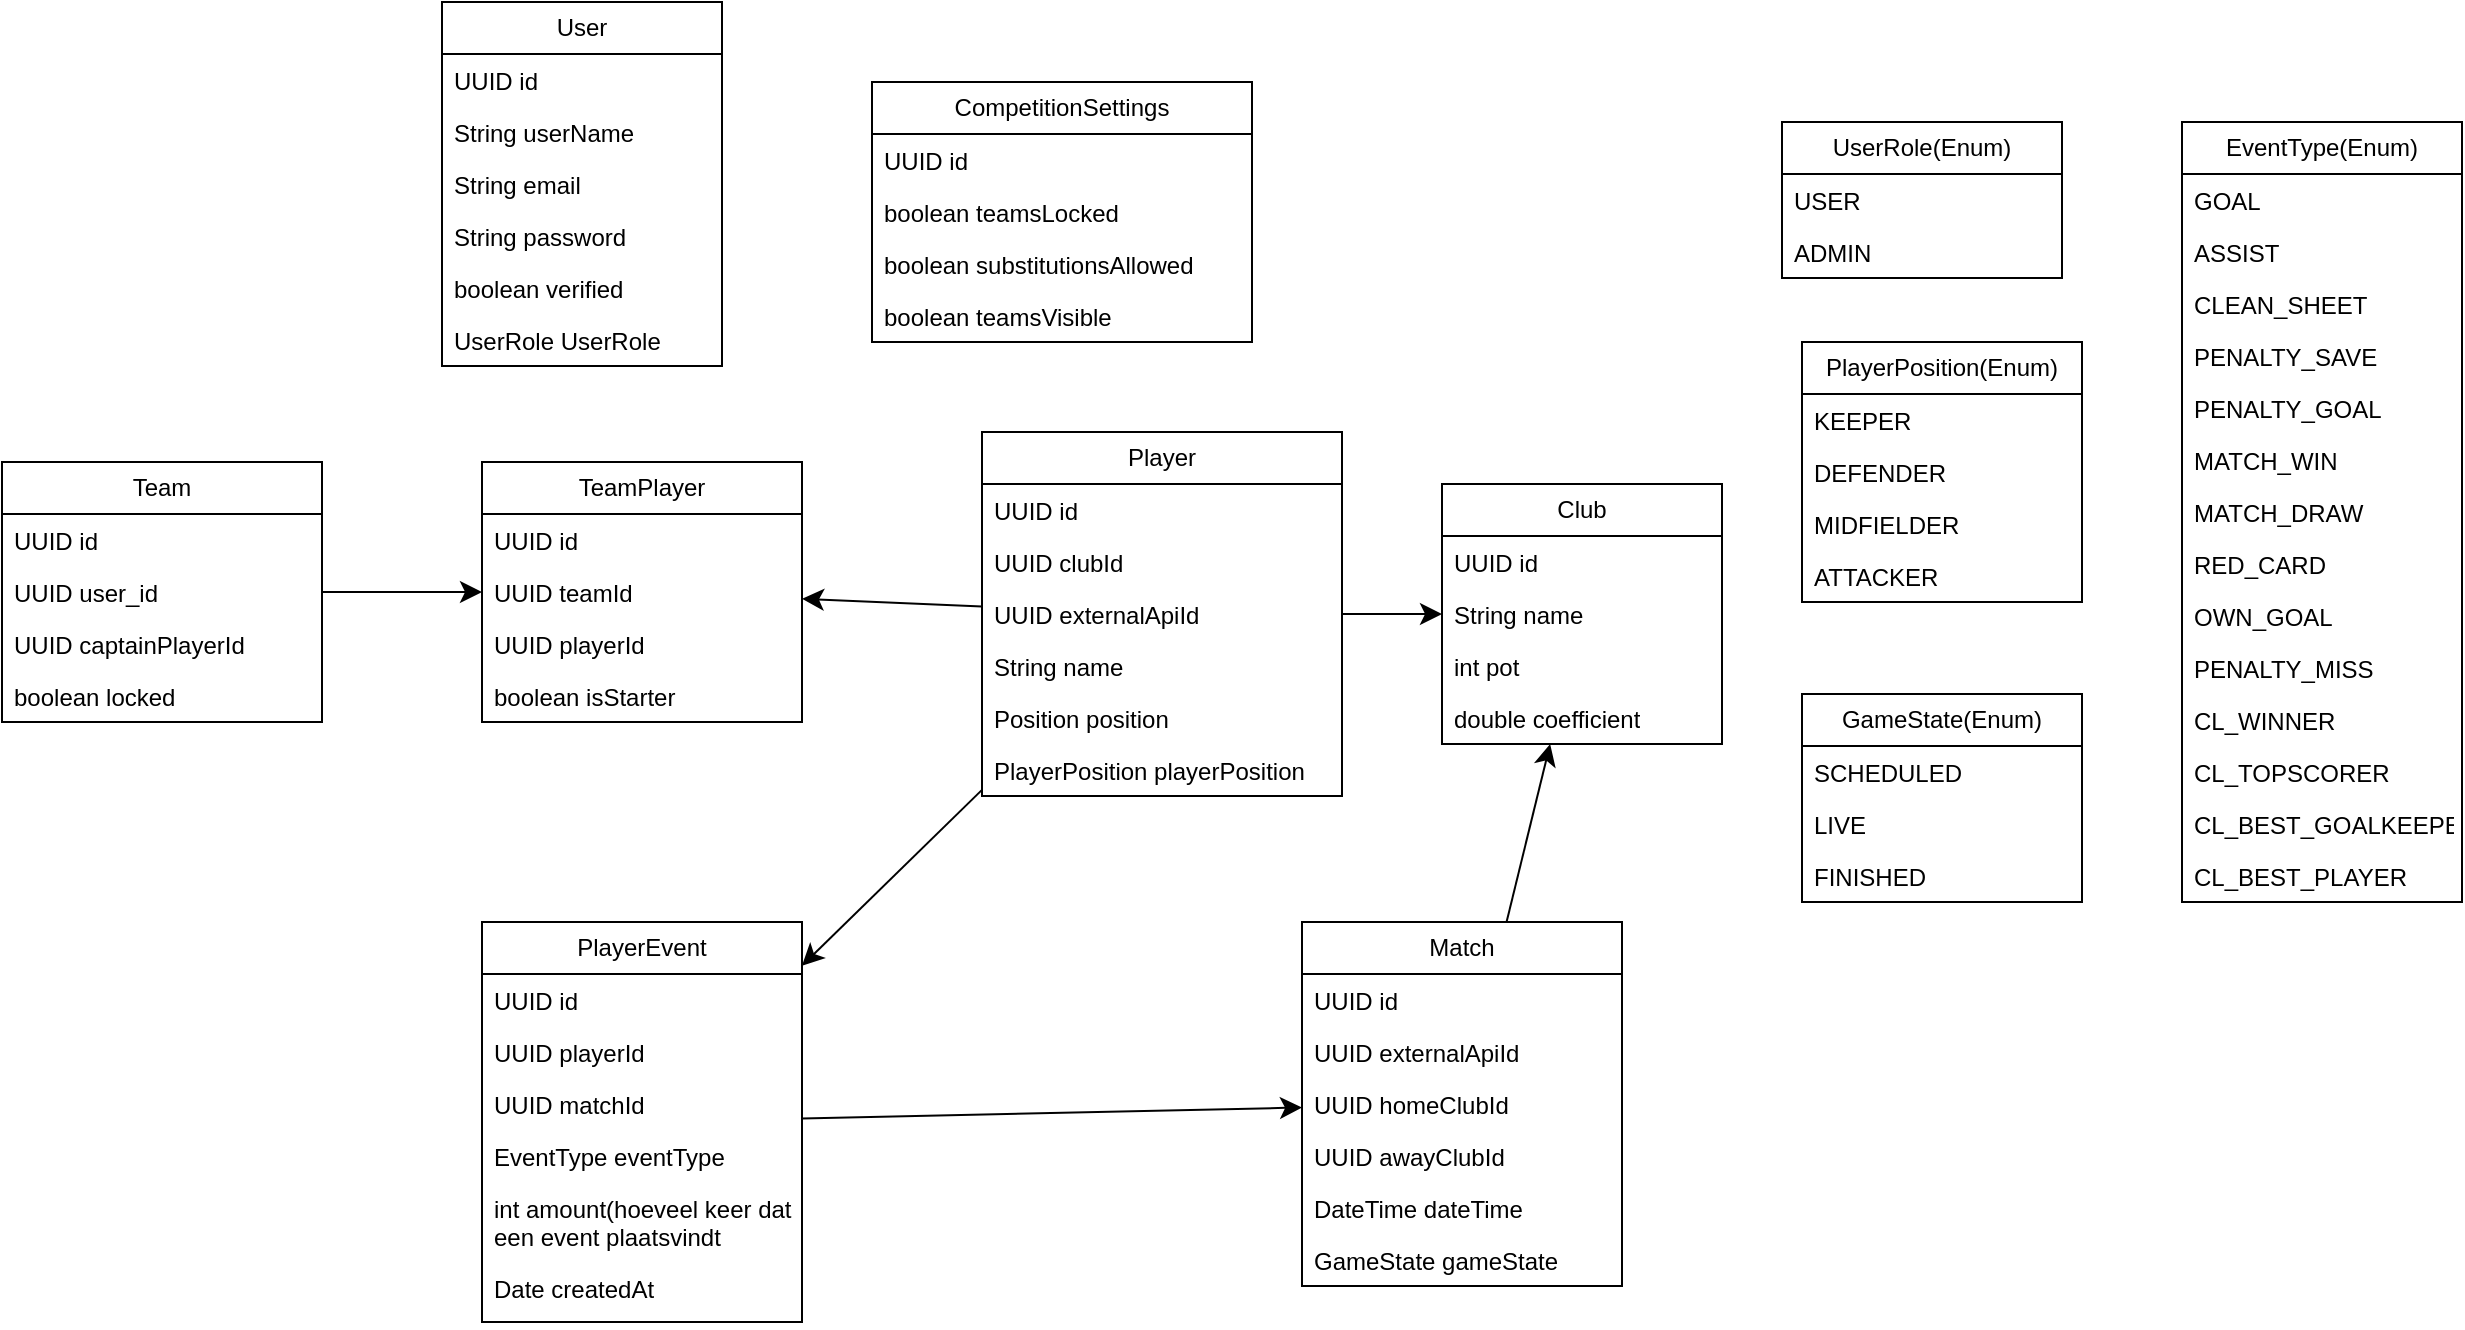
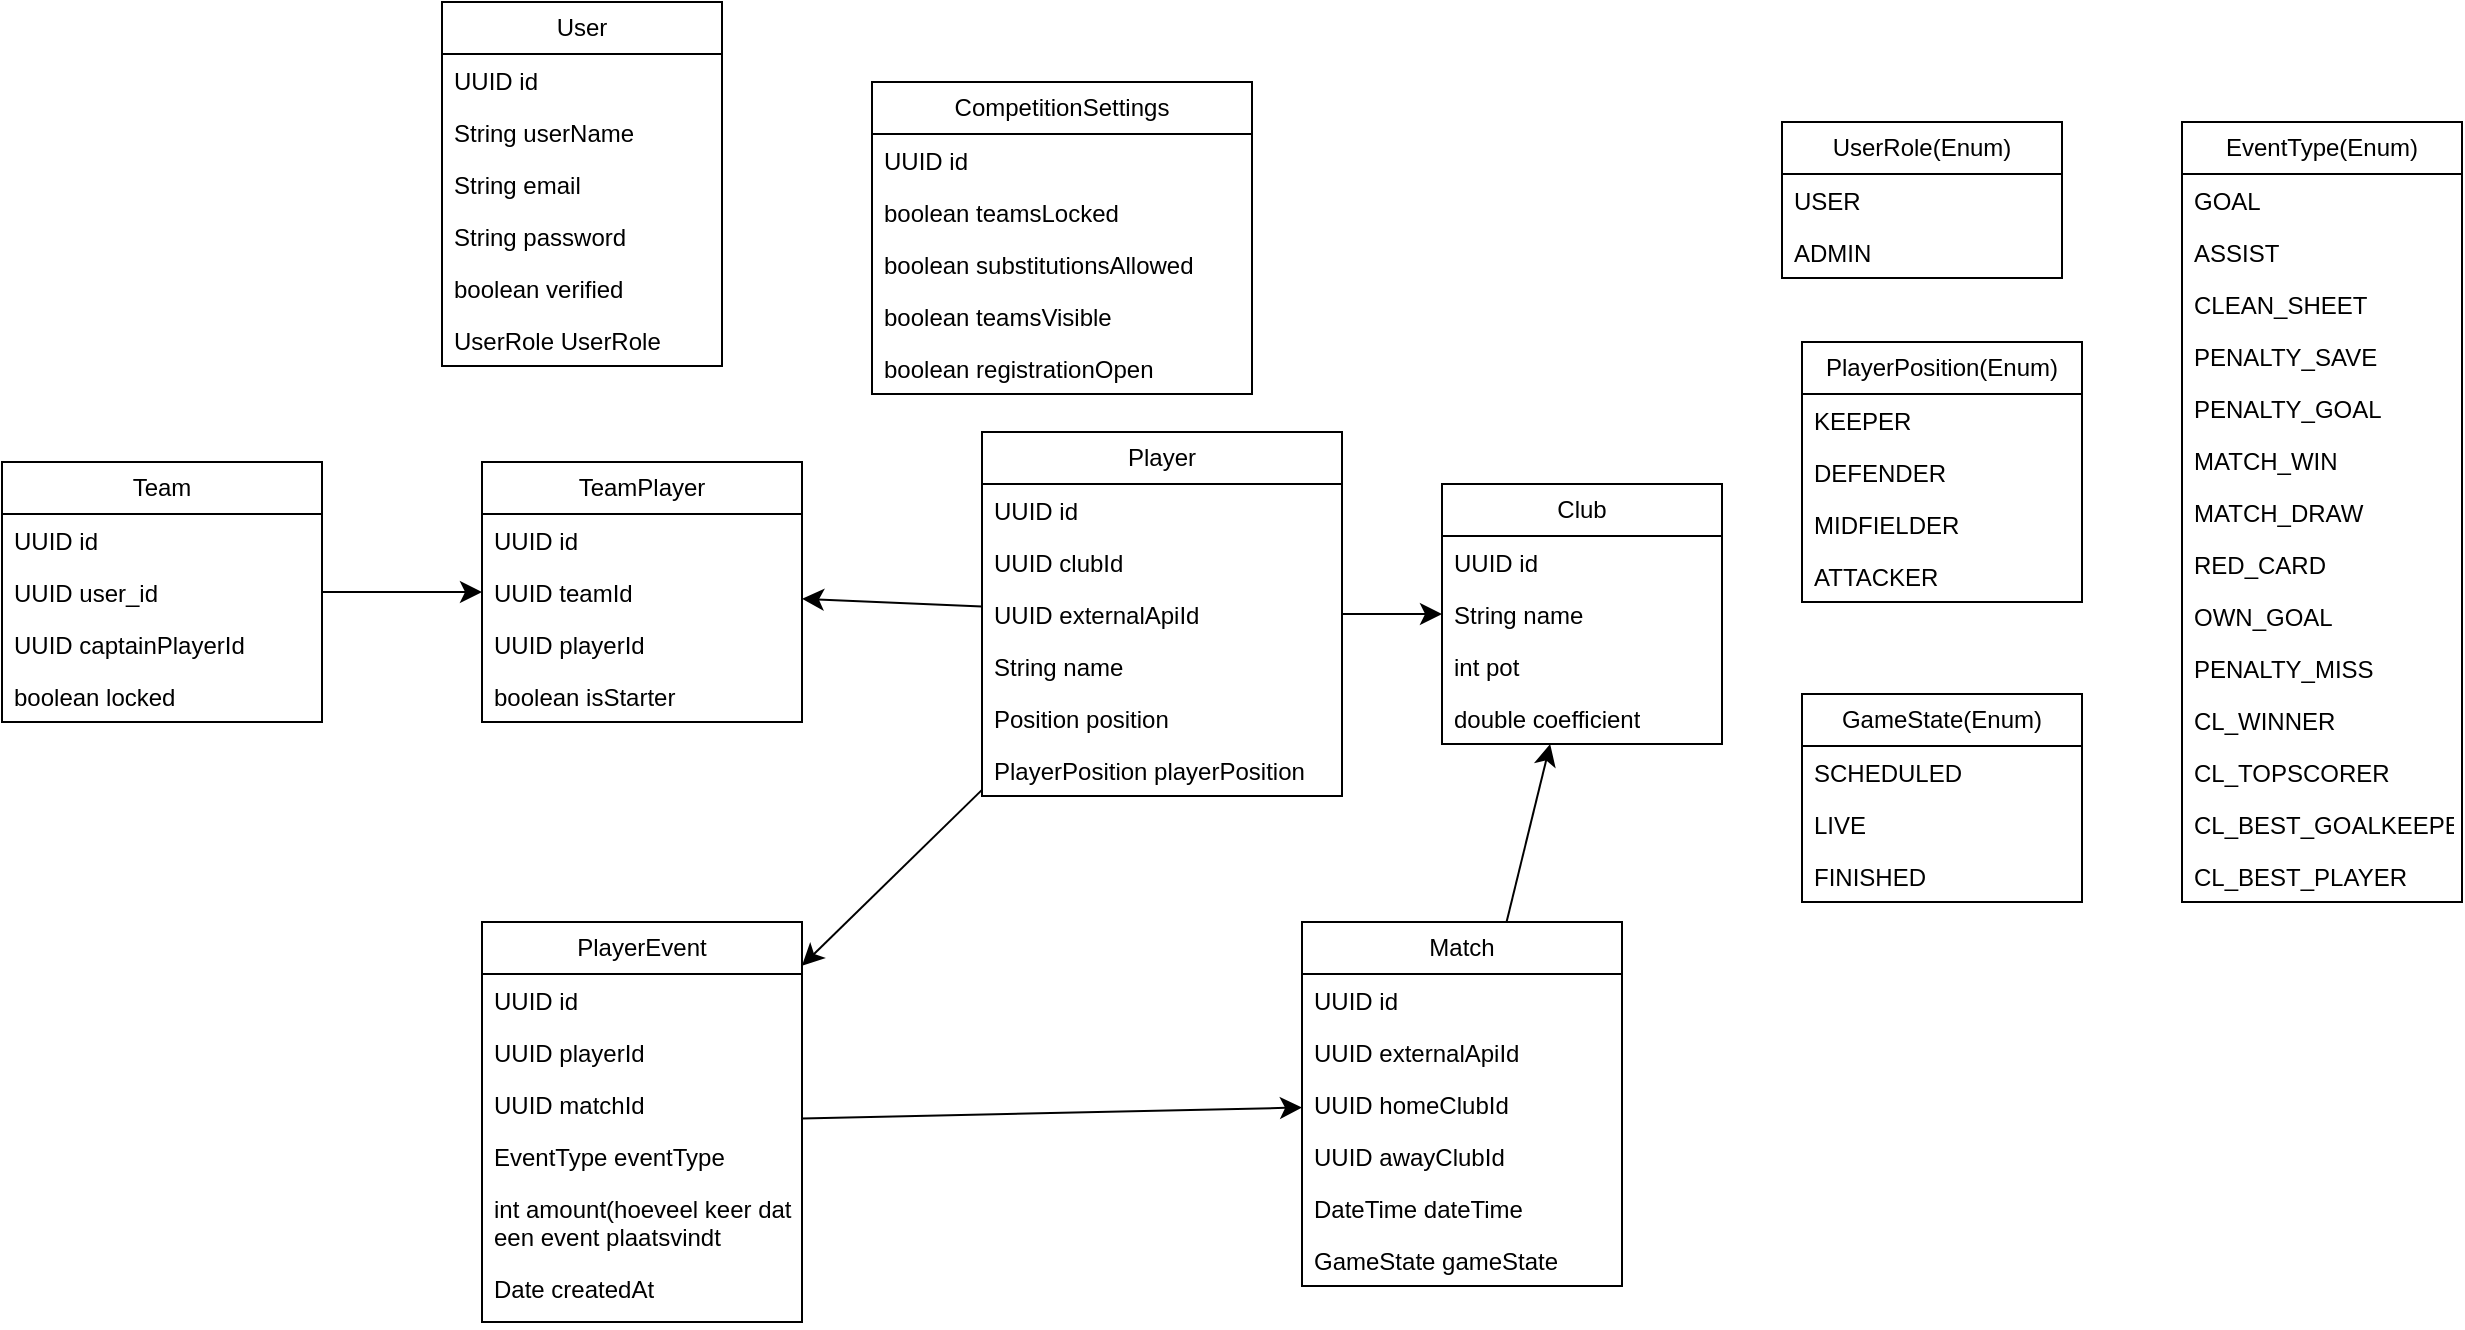
<mxfile host="app.diagrams.net">
  <diagram name="Pagina-1" id="i6fFNji4mYPv9nNy3nL0">
-     <mxGraphModel dx="2200" dy="819" grid="1" gridSize="10" guides="1" tooltips="1" connect="1" arrows="1" fold="1" page="1" pageScale="1" pageWidth="827" pageHeight="1169" math="0" shadow="0">
+     <mxGraphModel dx="1971" dy="624" grid="1" gridSize="10" guides="1" tooltips="1" connect="1" arrows="1" fold="1" page="1" pageScale="1" pageWidth="827" pageHeight="1169" math="0" shadow="0">
      <root>
        <mxCell id="0" />
        <mxCell id="1" parent="0" />
        <mxCell id="_GAyE9PM4FowC43ExX1R-2" parent="1" style="swimlane;fontStyle=0;childLayout=stackLayout;horizontal=1;startSize=26;fillColor=none;horizontalStack=0;resizeParent=1;resizeParentMax=0;resizeLast=0;collapsible=1;marginBottom=0;whiteSpace=wrap;html=1;" value="User" vertex="1">
          <mxGeometry height="182" width="140" x="-300" as="geometry" />
        </mxCell>
        <mxCell id="_GAyE9PM4FowC43ExX1R-3" parent="_GAyE9PM4FowC43ExX1R-2" style="text;strokeColor=none;fillColor=none;align=left;verticalAlign=top;spacingLeft=4;spacingRight=4;overflow=hidden;rotatable=0;points=[[0,0.5],[1,0.5]];portConstraint=eastwest;whiteSpace=wrap;html=1;" value="UUID id" vertex="1">
          <mxGeometry height="26" width="140" y="26" as="geometry" />
        </mxCell>
        <mxCell id="_GAyE9PM4FowC43ExX1R-4" parent="_GAyE9PM4FowC43ExX1R-2" style="text;strokeColor=none;fillColor=none;align=left;verticalAlign=top;spacingLeft=4;spacingRight=4;overflow=hidden;rotatable=0;points=[[0,0.5],[1,0.5]];portConstraint=eastwest;whiteSpace=wrap;html=1;" value="String userName" vertex="1">
          <mxGeometry height="26" width="140" y="52" as="geometry" />
        </mxCell>
        <mxCell id="_GAyE9PM4FowC43ExX1R-5" parent="_GAyE9PM4FowC43ExX1R-2" style="text;strokeColor=none;fillColor=none;align=left;verticalAlign=top;spacingLeft=4;spacingRight=4;overflow=hidden;rotatable=0;points=[[0,0.5],[1,0.5]];portConstraint=eastwest;whiteSpace=wrap;html=1;" value="String email" vertex="1">
          <mxGeometry height="26" width="140" y="78" as="geometry" />
        </mxCell>
        <mxCell id="_GAyE9PM4FowC43ExX1R-6" parent="_GAyE9PM4FowC43ExX1R-2" style="text;strokeColor=none;fillColor=none;align=left;verticalAlign=top;spacingLeft=4;spacingRight=4;overflow=hidden;rotatable=0;points=[[0,0.5],[1,0.5]];portConstraint=eastwest;whiteSpace=wrap;html=1;" value="String password" vertex="1">
          <mxGeometry height="26" width="140" y="104" as="geometry" />
        </mxCell>
        <mxCell id="_GAyE9PM4FowC43ExX1R-7" parent="_GAyE9PM4FowC43ExX1R-2" style="text;strokeColor=none;fillColor=none;align=left;verticalAlign=top;spacingLeft=4;spacingRight=4;overflow=hidden;rotatable=0;points=[[0,0.5],[1,0.5]];portConstraint=eastwest;whiteSpace=wrap;html=1;" value="boolean verified" vertex="1">
          <mxGeometry height="26" width="140" y="130" as="geometry" />
        </mxCell>
        <mxCell id="_GAyE9PM4FowC43ExX1R-51" parent="_GAyE9PM4FowC43ExX1R-2" style="text;strokeColor=none;fillColor=none;align=left;verticalAlign=top;spacingLeft=4;spacingRight=4;overflow=hidden;rotatable=0;points=[[0,0.5],[1,0.5]];portConstraint=eastwest;whiteSpace=wrap;html=1;" value="UserRole UserRole" vertex="1">
          <mxGeometry height="26" width="140" y="156" as="geometry" />
        </mxCell>
        <mxCell id="_GAyE9PM4FowC43ExX1R-9" parent="1" style="swimlane;fontStyle=0;childLayout=stackLayout;horizontal=1;startSize=26;fillColor=none;horizontalStack=0;resizeParent=1;resizeParentMax=0;resizeLast=0;collapsible=1;marginBottom=0;whiteSpace=wrap;html=1;" value="UserRole(Enum)" vertex="1">
          <mxGeometry height="78" width="140" x="370" y="60" as="geometry" />
        </mxCell>
        <mxCell id="_GAyE9PM4FowC43ExX1R-10" parent="_GAyE9PM4FowC43ExX1R-9" style="text;strokeColor=none;fillColor=none;align=left;verticalAlign=top;spacingLeft=4;spacingRight=4;overflow=hidden;rotatable=0;points=[[0,0.5],[1,0.5]];portConstraint=eastwest;whiteSpace=wrap;html=1;" value="USER" vertex="1">
          <mxGeometry height="26" width="140" y="26" as="geometry" />
        </mxCell>
        <mxCell id="_GAyE9PM4FowC43ExX1R-12" parent="_GAyE9PM4FowC43ExX1R-9" style="text;strokeColor=none;fillColor=none;align=left;verticalAlign=top;spacingLeft=4;spacingRight=4;overflow=hidden;rotatable=0;points=[[0,0.5],[1,0.5]];portConstraint=eastwest;whiteSpace=wrap;html=1;" value="ADMIN" vertex="1">
          <mxGeometry height="26" width="140" y="52" as="geometry" />
        </mxCell>
        <mxCell id="_GAyE9PM4FowC43ExX1R-34" edge="1" parent="1" source="_GAyE9PM4FowC43ExX1R-13" style="edgeStyle=none;curved=1;rounded=0;orthogonalLoop=1;jettySize=auto;html=1;fontSize=12;startSize=8;endSize=8;" target="_GAyE9PM4FowC43ExX1R-28">
          <mxGeometry relative="1" as="geometry" />
        </mxCell>
        <mxCell id="_GAyE9PM4FowC43ExX1R-13" parent="1" style="swimlane;fontStyle=0;childLayout=stackLayout;horizontal=1;startSize=26;fillColor=none;horizontalStack=0;resizeParent=1;resizeParentMax=0;resizeLast=0;collapsible=1;marginBottom=0;whiteSpace=wrap;html=1;" value="Team" vertex="1">
          <mxGeometry height="130" width="160" x="-520" y="230" as="geometry" />
        </mxCell>
        <mxCell id="_GAyE9PM4FowC43ExX1R-14" parent="_GAyE9PM4FowC43ExX1R-13" style="text;strokeColor=none;fillColor=none;align=left;verticalAlign=top;spacingLeft=4;spacingRight=4;overflow=hidden;rotatable=0;points=[[0,0.5],[1,0.5]];portConstraint=eastwest;whiteSpace=wrap;html=1;" value="UUID id" vertex="1">
          <mxGeometry height="26" width="160" y="26" as="geometry" />
        </mxCell>
        <mxCell id="_GAyE9PM4FowC43ExX1R-15" parent="_GAyE9PM4FowC43ExX1R-13" style="text;strokeColor=none;fillColor=none;align=left;verticalAlign=top;spacingLeft=4;spacingRight=4;overflow=hidden;rotatable=0;points=[[0,0.5],[1,0.5]];portConstraint=eastwest;whiteSpace=wrap;html=1;" value="UUID user_id" vertex="1">
          <mxGeometry height="26" width="160" y="52" as="geometry" />
        </mxCell>
        <mxCell id="_GAyE9PM4FowC43ExX1R-16" parent="_GAyE9PM4FowC43ExX1R-13" style="text;strokeColor=none;fillColor=none;align=left;verticalAlign=top;spacingLeft=4;spacingRight=4;overflow=hidden;rotatable=0;points=[[0,0.5],[1,0.5]];portConstraint=eastwest;whiteSpace=wrap;html=1;" value="UUID captainPlayerId" vertex="1">
          <mxGeometry height="26" width="160" y="78" as="geometry" />
        </mxCell>
        <mxCell id="_GAyE9PM4FowC43ExX1R-18" parent="_GAyE9PM4FowC43ExX1R-13" style="text;strokeColor=none;fillColor=none;align=left;verticalAlign=top;spacingLeft=4;spacingRight=4;overflow=hidden;rotatable=0;points=[[0,0.5],[1,0.5]];portConstraint=eastwest;whiteSpace=wrap;html=1;" value="boolean locked" vertex="1">
          <mxGeometry height="26" width="160" y="104" as="geometry" />
        </mxCell>
        <mxCell id="_GAyE9PM4FowC43ExX1R-35" edge="1" parent="1" source="_GAyE9PM4FowC43ExX1R-19" style="edgeStyle=none;curved=1;rounded=0;orthogonalLoop=1;jettySize=auto;html=1;fontSize=12;startSize=8;endSize=8;" target="_GAyE9PM4FowC43ExX1R-28">
          <mxGeometry relative="1" as="geometry" />
        </mxCell>
        <mxCell id="_GAyE9PM4FowC43ExX1R-94" edge="1" parent="1" source="_GAyE9PM4FowC43ExX1R-19" style="edgeStyle=none;curved=1;rounded=0;orthogonalLoop=1;jettySize=auto;html=1;fontSize=12;startSize=8;endSize=8;" target="_GAyE9PM4FowC43ExX1R-36">
          <mxGeometry relative="1" as="geometry" />
        </mxCell>
        <mxCell id="_GAyE9PM4FowC43ExX1R-96" edge="1" parent="1" source="_GAyE9PM4FowC43ExX1R-19" style="edgeStyle=none;curved=1;rounded=0;orthogonalLoop=1;jettySize=auto;html=1;fontSize=12;startSize=8;endSize=8;" target="_GAyE9PM4FowC43ExX1R-44">
          <mxGeometry relative="1" as="geometry" />
        </mxCell>
        <mxCell id="_GAyE9PM4FowC43ExX1R-19" parent="1" style="swimlane;fontStyle=0;childLayout=stackLayout;horizontal=1;startSize=26;fillColor=none;horizontalStack=0;resizeParent=1;resizeParentMax=0;resizeLast=0;collapsible=1;marginBottom=0;whiteSpace=wrap;html=1;" value="Player" vertex="1">
          <mxGeometry height="182" width="180" x="-30" y="215" as="geometry" />
        </mxCell>
        <mxCell id="_GAyE9PM4FowC43ExX1R-20" parent="_GAyE9PM4FowC43ExX1R-19" style="text;strokeColor=none;fillColor=none;align=left;verticalAlign=top;spacingLeft=4;spacingRight=4;overflow=hidden;rotatable=0;points=[[0,0.5],[1,0.5]];portConstraint=eastwest;whiteSpace=wrap;html=1;" value="UUID id" vertex="1">
          <mxGeometry height="26" width="180" y="26" as="geometry" />
        </mxCell>
        <mxCell id="_GAyE9PM4FowC43ExX1R-23" parent="_GAyE9PM4FowC43ExX1R-19" style="text;strokeColor=none;fillColor=none;align=left;verticalAlign=top;spacingLeft=4;spacingRight=4;overflow=hidden;rotatable=0;points=[[0,0.5],[1,0.5]];portConstraint=eastwest;whiteSpace=wrap;html=1;" value="UUID clubId" vertex="1">
          <mxGeometry height="26" width="180" y="52" as="geometry" />
        </mxCell>
        <mxCell id="_GAyE9PM4FowC43ExX1R-27" parent="_GAyE9PM4FowC43ExX1R-19" style="text;strokeColor=none;fillColor=none;align=left;verticalAlign=top;spacingLeft=4;spacingRight=4;overflow=hidden;rotatable=0;points=[[0,0.5],[1,0.5]];portConstraint=eastwest;whiteSpace=wrap;html=1;" value="UUID externalApiId" vertex="1">
          <mxGeometry height="26" width="180" y="78" as="geometry" />
        </mxCell>
        <mxCell id="_GAyE9PM4FowC43ExX1R-21" parent="_GAyE9PM4FowC43ExX1R-19" style="text;strokeColor=none;fillColor=none;align=left;verticalAlign=top;spacingLeft=4;spacingRight=4;overflow=hidden;rotatable=0;points=[[0,0.5],[1,0.5]];portConstraint=eastwest;whiteSpace=wrap;html=1;" value="String name" vertex="1">
          <mxGeometry height="26" width="180" y="104" as="geometry" />
        </mxCell>
        <mxCell id="_GAyE9PM4FowC43ExX1R-22" parent="_GAyE9PM4FowC43ExX1R-19" style="text;strokeColor=none;fillColor=none;align=left;verticalAlign=top;spacingLeft=4;spacingRight=4;overflow=hidden;rotatable=0;points=[[0,0.5],[1,0.5]];portConstraint=eastwest;whiteSpace=wrap;html=1;" value="Position position" vertex="1">
          <mxGeometry height="26" width="180" y="130" as="geometry" />
        </mxCell>
        <mxCell id="_GAyE9PM4FowC43ExX1R-8" parent="_GAyE9PM4FowC43ExX1R-19" style="text;strokeColor=none;fillColor=none;align=left;verticalAlign=top;spacingLeft=4;spacingRight=4;overflow=hidden;rotatable=0;points=[[0,0.5],[1,0.5]];portConstraint=eastwest;whiteSpace=wrap;html=1;" value="&lt;span style=&quot;text-align: center;&quot;&gt;PlayerPosition playerPosition&lt;/span&gt;" vertex="1">
          <mxGeometry height="26" width="180" y="156" as="geometry" />
        </mxCell>
        <mxCell id="_GAyE9PM4FowC43ExX1R-24" parent="1" style="swimlane;fontStyle=0;childLayout=stackLayout;horizontal=1;startSize=26;fillColor=none;horizontalStack=0;resizeParent=1;resizeParentMax=0;resizeLast=0;collapsible=1;marginBottom=0;whiteSpace=wrap;html=1;" value="PlayerPosition(Enum)" vertex="1">
          <mxGeometry height="130" width="140" x="380" y="170" as="geometry" />
        </mxCell>
        <mxCell id="_GAyE9PM4FowC43ExX1R-25" parent="_GAyE9PM4FowC43ExX1R-24" style="text;strokeColor=none;fillColor=none;align=left;verticalAlign=top;spacingLeft=4;spacingRight=4;overflow=hidden;rotatable=0;points=[[0,0.5],[1,0.5]];portConstraint=eastwest;whiteSpace=wrap;html=1;" value="KEEPER" vertex="1">
          <mxGeometry height="26" width="140" y="26" as="geometry" />
        </mxCell>
        <mxCell id="_GAyE9PM4FowC43ExX1R-26" parent="_GAyE9PM4FowC43ExX1R-24" style="text;strokeColor=none;fillColor=none;align=left;verticalAlign=top;spacingLeft=4;spacingRight=4;overflow=hidden;rotatable=0;points=[[0,0.5],[1,0.5]];portConstraint=eastwest;whiteSpace=wrap;html=1;" value="DEFENDER" vertex="1">
          <mxGeometry height="26" width="140" y="52" as="geometry" />
        </mxCell>
        <mxCell id="_GAyE9PM4FowC43ExX1R-49" parent="_GAyE9PM4FowC43ExX1R-24" style="text;strokeColor=none;fillColor=none;align=left;verticalAlign=top;spacingLeft=4;spacingRight=4;overflow=hidden;rotatable=0;points=[[0,0.5],[1,0.5]];portConstraint=eastwest;whiteSpace=wrap;html=1;" value="MIDFIELDER" vertex="1">
          <mxGeometry height="26" width="140" y="78" as="geometry" />
        </mxCell>
        <mxCell id="_GAyE9PM4FowC43ExX1R-50" parent="_GAyE9PM4FowC43ExX1R-24" style="text;strokeColor=none;fillColor=none;align=left;verticalAlign=top;spacingLeft=4;spacingRight=4;overflow=hidden;rotatable=0;points=[[0,0.5],[1,0.5]];portConstraint=eastwest;whiteSpace=wrap;html=1;" value="ATTACKER" vertex="1">
          <mxGeometry height="26" width="140" y="104" as="geometry" />
        </mxCell>
        <mxCell id="_GAyE9PM4FowC43ExX1R-28" parent="1" style="swimlane;fontStyle=0;childLayout=stackLayout;horizontal=1;startSize=26;fillColor=none;horizontalStack=0;resizeParent=1;resizeParentMax=0;resizeLast=0;collapsible=1;marginBottom=0;whiteSpace=wrap;html=1;" value="TeamPlayer" vertex="1">
          <mxGeometry height="130" width="160" x="-280" y="230" as="geometry" />
        </mxCell>
        <mxCell id="_GAyE9PM4FowC43ExX1R-29" parent="_GAyE9PM4FowC43ExX1R-28" style="text;strokeColor=none;fillColor=none;align=left;verticalAlign=top;spacingLeft=4;spacingRight=4;overflow=hidden;rotatable=0;points=[[0,0.5],[1,0.5]];portConstraint=eastwest;whiteSpace=wrap;html=1;" value="UUID id" vertex="1">
          <mxGeometry height="26" width="160" y="26" as="geometry" />
        </mxCell>
        <mxCell id="_GAyE9PM4FowC43ExX1R-30" parent="_GAyE9PM4FowC43ExX1R-28" style="text;strokeColor=none;fillColor=none;align=left;verticalAlign=top;spacingLeft=4;spacingRight=4;overflow=hidden;rotatable=0;points=[[0,0.5],[1,0.5]];portConstraint=eastwest;whiteSpace=wrap;html=1;" value="UUID teamId" vertex="1">
          <mxGeometry height="26" width="160" y="52" as="geometry" />
        </mxCell>
        <mxCell id="_GAyE9PM4FowC43ExX1R-31" parent="_GAyE9PM4FowC43ExX1R-28" style="text;strokeColor=none;fillColor=none;align=left;verticalAlign=top;spacingLeft=4;spacingRight=4;overflow=hidden;rotatable=0;points=[[0,0.5],[1,0.5]];portConstraint=eastwest;whiteSpace=wrap;html=1;" value="UUID playerId" vertex="1">
          <mxGeometry height="26" width="160" y="78" as="geometry" />
        </mxCell>
        <mxCell id="_GAyE9PM4FowC43ExX1R-32" parent="_GAyE9PM4FowC43ExX1R-28" style="text;strokeColor=none;fillColor=none;align=left;verticalAlign=top;spacingLeft=4;spacingRight=4;overflow=hidden;rotatable=0;points=[[0,0.5],[1,0.5]];portConstraint=eastwest;whiteSpace=wrap;html=1;" value="boolean isStarter" vertex="1">
          <mxGeometry height="26" width="160" y="104" as="geometry" />
        </mxCell>
        <mxCell id="_GAyE9PM4FowC43ExX1R-36" parent="1" style="swimlane;fontStyle=0;childLayout=stackLayout;horizontal=1;startSize=26;fillColor=none;horizontalStack=0;resizeParent=1;resizeParentMax=0;resizeLast=0;collapsible=1;marginBottom=0;whiteSpace=wrap;html=1;" value="Club" vertex="1">
          <mxGeometry height="130" width="140" x="200" y="241" as="geometry" />
        </mxCell>
        <mxCell id="_GAyE9PM4FowC43ExX1R-37" parent="_GAyE9PM4FowC43ExX1R-36" style="text;strokeColor=none;fillColor=none;align=left;verticalAlign=top;spacingLeft=4;spacingRight=4;overflow=hidden;rotatable=0;points=[[0,0.5],[1,0.5]];portConstraint=eastwest;whiteSpace=wrap;html=1;" value="UUID id" vertex="1">
          <mxGeometry height="26" width="140" y="26" as="geometry" />
        </mxCell>
        <mxCell id="_GAyE9PM4FowC43ExX1R-38" parent="_GAyE9PM4FowC43ExX1R-36" style="text;strokeColor=none;fillColor=none;align=left;verticalAlign=top;spacingLeft=4;spacingRight=4;overflow=hidden;rotatable=0;points=[[0,0.5],[1,0.5]];portConstraint=eastwest;whiteSpace=wrap;html=1;" value="String name" vertex="1">
          <mxGeometry height="26" width="140" y="52" as="geometry" />
        </mxCell>
        <mxCell id="_GAyE9PM4FowC43ExX1R-39" parent="_GAyE9PM4FowC43ExX1R-36" style="text;strokeColor=none;fillColor=none;align=left;verticalAlign=top;spacingLeft=4;spacingRight=4;overflow=hidden;rotatable=0;points=[[0,0.5],[1,0.5]];portConstraint=eastwest;whiteSpace=wrap;html=1;" value="int pot" vertex="1">
          <mxGeometry height="26" width="140" y="78" as="geometry" />
        </mxCell>
        <mxCell id="_GAyE9PM4FowC43ExX1R-40" parent="_GAyE9PM4FowC43ExX1R-36" style="text;strokeColor=none;fillColor=none;align=left;verticalAlign=top;spacingLeft=4;spacingRight=4;overflow=hidden;rotatable=0;points=[[0,0.5],[1,0.5]];portConstraint=eastwest;whiteSpace=wrap;html=1;" value="double coefficient" vertex="1">
          <mxGeometry height="26" width="140" y="104" as="geometry" />
        </mxCell>
        <mxCell id="_GAyE9PM4FowC43ExX1R-95" edge="1" parent="1" source="_GAyE9PM4FowC43ExX1R-44" style="edgeStyle=none;curved=1;rounded=0;orthogonalLoop=1;jettySize=auto;html=1;fontSize=12;startSize=8;endSize=8;" target="_GAyE9PM4FowC43ExX1R-70">
          <mxGeometry relative="1" as="geometry" />
        </mxCell>
        <mxCell id="_GAyE9PM4FowC43ExX1R-44" parent="1" style="swimlane;fontStyle=0;childLayout=stackLayout;horizontal=1;startSize=26;fillColor=none;horizontalStack=0;resizeParent=1;resizeParentMax=0;resizeLast=0;collapsible=1;marginBottom=0;whiteSpace=wrap;html=1;" value="PlayerEvent" vertex="1">
          <mxGeometry height="200" width="160" x="-280" y="460" as="geometry" />
        </mxCell>
        <mxCell id="_GAyE9PM4FowC43ExX1R-45" parent="_GAyE9PM4FowC43ExX1R-44" style="text;strokeColor=none;fillColor=none;align=left;verticalAlign=top;spacingLeft=4;spacingRight=4;overflow=hidden;rotatable=0;points=[[0,0.5],[1,0.5]];portConstraint=eastwest;whiteSpace=wrap;html=1;" value="UUID id" vertex="1">
          <mxGeometry height="26" width="160" y="26" as="geometry" />
        </mxCell>
        <mxCell id="_GAyE9PM4FowC43ExX1R-46" parent="_GAyE9PM4FowC43ExX1R-44" style="text;strokeColor=none;fillColor=none;align=left;verticalAlign=top;spacingLeft=4;spacingRight=4;overflow=hidden;rotatable=0;points=[[0,0.5],[1,0.5]];portConstraint=eastwest;whiteSpace=wrap;html=1;" value="UUID playerId" vertex="1">
          <mxGeometry height="26" width="160" y="52" as="geometry" />
        </mxCell>
        <mxCell id="_GAyE9PM4FowC43ExX1R-67" parent="_GAyE9PM4FowC43ExX1R-44" style="text;strokeColor=none;fillColor=none;align=left;verticalAlign=top;spacingLeft=4;spacingRight=4;overflow=hidden;rotatable=0;points=[[0,0.5],[1,0.5]];portConstraint=eastwest;whiteSpace=wrap;html=1;" value="UUID matchId" vertex="1">
          <mxGeometry height="26" width="160" y="78" as="geometry" />
        </mxCell>
        <mxCell id="_GAyE9PM4FowC43ExX1R-47" parent="_GAyE9PM4FowC43ExX1R-44" style="text;strokeColor=none;fillColor=none;align=left;verticalAlign=top;spacingLeft=4;spacingRight=4;overflow=hidden;rotatable=0;points=[[0,0.5],[1,0.5]];portConstraint=eastwest;whiteSpace=wrap;html=1;" value="EventType eventType" vertex="1">
          <mxGeometry height="26" width="160" y="104" as="geometry" />
        </mxCell>
        <mxCell id="_GAyE9PM4FowC43ExX1R-68" parent="_GAyE9PM4FowC43ExX1R-44" style="text;strokeColor=none;fillColor=none;align=left;verticalAlign=top;spacingLeft=4;spacingRight=4;overflow=hidden;rotatable=0;points=[[0,0.5],[1,0.5]];portConstraint=eastwest;whiteSpace=wrap;html=1;" value="int amount(hoeveel keer dat een event plaatsvindt" vertex="1">
          <mxGeometry height="40" width="160" y="130" as="geometry" />
        </mxCell>
        <mxCell id="_GAyE9PM4FowC43ExX1R-69" parent="_GAyE9PM4FowC43ExX1R-44" style="text;strokeColor=none;fillColor=none;align=left;verticalAlign=top;spacingLeft=4;spacingRight=4;overflow=hidden;rotatable=0;points=[[0,0.5],[1,0.5]];portConstraint=eastwest;whiteSpace=wrap;html=1;" value="Date createdAt" vertex="1">
          <mxGeometry height="30" width="160" y="170" as="geometry" />
        </mxCell>
        <mxCell id="_GAyE9PM4FowC43ExX1R-52" parent="1" style="swimlane;fontStyle=0;childLayout=stackLayout;horizontal=1;startSize=26;fillColor=none;horizontalStack=0;resizeParent=1;resizeParentMax=0;resizeLast=0;collapsible=1;marginBottom=0;whiteSpace=wrap;html=1;" value="EventType(Enum)" vertex="1">
          <mxGeometry height="390" width="140" x="570" y="60" as="geometry" />
        </mxCell>
        <mxCell id="_GAyE9PM4FowC43ExX1R-53" parent="_GAyE9PM4FowC43ExX1R-52" style="text;strokeColor=none;fillColor=none;align=left;verticalAlign=top;spacingLeft=4;spacingRight=4;overflow=hidden;rotatable=0;points=[[0,0.5],[1,0.5]];portConstraint=eastwest;whiteSpace=wrap;html=1;" value="GOAL" vertex="1">
          <mxGeometry height="26" width="140" y="26" as="geometry" />
        </mxCell>
        <mxCell id="_GAyE9PM4FowC43ExX1R-54" parent="_GAyE9PM4FowC43ExX1R-52" style="text;strokeColor=none;fillColor=none;align=left;verticalAlign=top;spacingLeft=4;spacingRight=4;overflow=hidden;rotatable=0;points=[[0,0.5],[1,0.5]];portConstraint=eastwest;whiteSpace=wrap;html=1;" value="ASSIST" vertex="1">
          <mxGeometry height="26" width="140" y="52" as="geometry" />
        </mxCell>
        <mxCell id="_GAyE9PM4FowC43ExX1R-55" parent="_GAyE9PM4FowC43ExX1R-52" style="text;strokeColor=none;fillColor=none;align=left;verticalAlign=top;spacingLeft=4;spacingRight=4;overflow=hidden;rotatable=0;points=[[0,0.5],[1,0.5]];portConstraint=eastwest;whiteSpace=wrap;html=1;" value="CLEAN_SHEET" vertex="1">
          <mxGeometry height="26" width="140" y="78" as="geometry" />
        </mxCell>
        <mxCell id="_GAyE9PM4FowC43ExX1R-56" parent="_GAyE9PM4FowC43ExX1R-52" style="text;strokeColor=none;fillColor=none;align=left;verticalAlign=top;spacingLeft=4;spacingRight=4;overflow=hidden;rotatable=0;points=[[0,0.5],[1,0.5]];portConstraint=eastwest;whiteSpace=wrap;html=1;" value="PENALTY_SAVE" vertex="1">
          <mxGeometry height="26" width="140" y="104" as="geometry" />
        </mxCell>
        <mxCell id="_GAyE9PM4FowC43ExX1R-57" parent="_GAyE9PM4FowC43ExX1R-52" style="text;strokeColor=none;fillColor=none;align=left;verticalAlign=top;spacingLeft=4;spacingRight=4;overflow=hidden;rotatable=0;points=[[0,0.5],[1,0.5]];portConstraint=eastwest;whiteSpace=wrap;html=1;" value="PENALTY_GOAL" vertex="1">
          <mxGeometry height="26" width="140" y="130" as="geometry" />
        </mxCell>
        <mxCell id="_GAyE9PM4FowC43ExX1R-58" parent="_GAyE9PM4FowC43ExX1R-52" style="text;strokeColor=none;fillColor=none;align=left;verticalAlign=top;spacingLeft=4;spacingRight=4;overflow=hidden;rotatable=0;points=[[0,0.5],[1,0.5]];portConstraint=eastwest;whiteSpace=wrap;html=1;" value="MATCH_WIN" vertex="1">
          <mxGeometry height="26" width="140" y="156" as="geometry" />
        </mxCell>
        <mxCell id="_GAyE9PM4FowC43ExX1R-59" parent="_GAyE9PM4FowC43ExX1R-52" style="text;strokeColor=none;fillColor=none;align=left;verticalAlign=top;spacingLeft=4;spacingRight=4;overflow=hidden;rotatable=0;points=[[0,0.5],[1,0.5]];portConstraint=eastwest;whiteSpace=wrap;html=1;" value="MATCH_DRAW" vertex="1">
          <mxGeometry height="26" width="140" y="182" as="geometry" />
        </mxCell>
        <mxCell id="_GAyE9PM4FowC43ExX1R-60" parent="_GAyE9PM4FowC43ExX1R-52" style="text;strokeColor=none;fillColor=none;align=left;verticalAlign=top;spacingLeft=4;spacingRight=4;overflow=hidden;rotatable=0;points=[[0,0.5],[1,0.5]];portConstraint=eastwest;whiteSpace=wrap;html=1;" value="RED_CARD" vertex="1">
          <mxGeometry height="26" width="140" y="208" as="geometry" />
        </mxCell>
        <mxCell id="_GAyE9PM4FowC43ExX1R-61" parent="_GAyE9PM4FowC43ExX1R-52" style="text;strokeColor=none;fillColor=none;align=left;verticalAlign=top;spacingLeft=4;spacingRight=4;overflow=hidden;rotatable=0;points=[[0,0.5],[1,0.5]];portConstraint=eastwest;whiteSpace=wrap;html=1;" value="OWN_GOAL" vertex="1">
          <mxGeometry height="26" width="140" y="234" as="geometry" />
        </mxCell>
        <mxCell id="_GAyE9PM4FowC43ExX1R-62" parent="_GAyE9PM4FowC43ExX1R-52" style="text;strokeColor=none;fillColor=none;align=left;verticalAlign=top;spacingLeft=4;spacingRight=4;overflow=hidden;rotatable=0;points=[[0,0.5],[1,0.5]];portConstraint=eastwest;whiteSpace=wrap;html=1;" value="PENALTY_MISS" vertex="1">
          <mxGeometry height="26" width="140" y="260" as="geometry" />
        </mxCell>
        <mxCell id="_GAyE9PM4FowC43ExX1R-63" parent="_GAyE9PM4FowC43ExX1R-52" style="text;strokeColor=none;fillColor=none;align=left;verticalAlign=top;spacingLeft=4;spacingRight=4;overflow=hidden;rotatable=0;points=[[0,0.5],[1,0.5]];portConstraint=eastwest;whiteSpace=wrap;html=1;" value="CL_WINNER" vertex="1">
          <mxGeometry height="26" width="140" y="286" as="geometry" />
        </mxCell>
        <mxCell id="_GAyE9PM4FowC43ExX1R-64" parent="_GAyE9PM4FowC43ExX1R-52" style="text;strokeColor=none;fillColor=none;align=left;verticalAlign=top;spacingLeft=4;spacingRight=4;overflow=hidden;rotatable=0;points=[[0,0.5],[1,0.5]];portConstraint=eastwest;whiteSpace=wrap;html=1;" value="CL_TOPSCORER" vertex="1">
          <mxGeometry height="26" width="140" y="312" as="geometry" />
        </mxCell>
        <mxCell id="_GAyE9PM4FowC43ExX1R-65" parent="_GAyE9PM4FowC43ExX1R-52" style="text;strokeColor=none;fillColor=none;align=left;verticalAlign=top;spacingLeft=4;spacingRight=4;overflow=hidden;rotatable=0;points=[[0,0.5],[1,0.5]];portConstraint=eastwest;whiteSpace=wrap;html=1;" value="CL_BEST_GOALKEEPER" vertex="1">
          <mxGeometry height="26" width="140" y="338" as="geometry" />
        </mxCell>
        <mxCell id="_GAyE9PM4FowC43ExX1R-66" parent="_GAyE9PM4FowC43ExX1R-52" style="text;strokeColor=none;fillColor=none;align=left;verticalAlign=top;spacingLeft=4;spacingRight=4;overflow=hidden;rotatable=0;points=[[0,0.5],[1,0.5]];portConstraint=eastwest;whiteSpace=wrap;html=1;" value="CL_BEST_PLAYER" vertex="1">
          <mxGeometry height="26" width="140" y="364" as="geometry" />
        </mxCell>
        <mxCell id="qyNB29iB1YH6mX6sJKMQ-2" edge="1" parent="1" source="_GAyE9PM4FowC43ExX1R-70" style="edgeStyle=none;curved=1;rounded=0;orthogonalLoop=1;jettySize=auto;html=1;fontSize=12;startSize=8;endSize=8;" target="_GAyE9PM4FowC43ExX1R-36">
          <mxGeometry relative="1" as="geometry" />
        </mxCell>
        <mxCell id="_GAyE9PM4FowC43ExX1R-70" parent="1" style="swimlane;fontStyle=0;childLayout=stackLayout;horizontal=1;startSize=26;fillColor=none;horizontalStack=0;resizeParent=1;resizeParentMax=0;resizeLast=0;collapsible=1;marginBottom=0;whiteSpace=wrap;html=1;" value="Match" vertex="1">
          <mxGeometry height="182" width="160" x="130" y="460" as="geometry" />
        </mxCell>
        <mxCell id="_GAyE9PM4FowC43ExX1R-71" parent="_GAyE9PM4FowC43ExX1R-70" style="text;strokeColor=none;fillColor=none;align=left;verticalAlign=top;spacingLeft=4;spacingRight=4;overflow=hidden;rotatable=0;points=[[0,0.5],[1,0.5]];portConstraint=eastwest;whiteSpace=wrap;html=1;" value="UUID id" vertex="1">
          <mxGeometry height="26" width="160" y="26" as="geometry" />
        </mxCell>
        <mxCell id="_GAyE9PM4FowC43ExX1R-73" parent="_GAyE9PM4FowC43ExX1R-70" style="text;strokeColor=none;fillColor=none;align=left;verticalAlign=top;spacingLeft=4;spacingRight=4;overflow=hidden;rotatable=0;points=[[0,0.5],[1,0.5]];portConstraint=eastwest;whiteSpace=wrap;html=1;" value="UUID externalApiId" vertex="1">
          <mxGeometry height="26" width="160" y="52" as="geometry" />
        </mxCell>
        <mxCell id="_GAyE9PM4FowC43ExX1R-72" parent="_GAyE9PM4FowC43ExX1R-70" style="text;strokeColor=none;fillColor=none;align=left;verticalAlign=top;spacingLeft=4;spacingRight=4;overflow=hidden;rotatable=0;points=[[0,0.5],[1,0.5]];portConstraint=eastwest;whiteSpace=wrap;html=1;" value="UUID homeClubId" vertex="1">
          <mxGeometry height="26" width="160" y="78" as="geometry" />
        </mxCell>
        <mxCell id="_GAyE9PM4FowC43ExX1R-85" parent="_GAyE9PM4FowC43ExX1R-70" style="text;strokeColor=none;fillColor=none;align=left;verticalAlign=top;spacingLeft=4;spacingRight=4;overflow=hidden;rotatable=0;points=[[0,0.5],[1,0.5]];portConstraint=eastwest;whiteSpace=wrap;html=1;" value="UUID awayClubId" vertex="1">
          <mxGeometry height="26" width="160" y="104" as="geometry" />
        </mxCell>
        <mxCell id="_GAyE9PM4FowC43ExX1R-78" parent="_GAyE9PM4FowC43ExX1R-70" style="text;strokeColor=none;fillColor=none;align=left;verticalAlign=top;spacingLeft=4;spacingRight=4;overflow=hidden;rotatable=0;points=[[0,0.5],[1,0.5]];portConstraint=eastwest;whiteSpace=wrap;html=1;" value="DateTime dateTime" vertex="1">
          <mxGeometry height="26" width="160" y="130" as="geometry" />
        </mxCell>
        <mxCell id="_GAyE9PM4FowC43ExX1R-79" parent="_GAyE9PM4FowC43ExX1R-70" style="text;strokeColor=none;fillColor=none;align=left;verticalAlign=top;spacingLeft=4;spacingRight=4;overflow=hidden;rotatable=0;points=[[0,0.5],[1,0.5]];portConstraint=eastwest;whiteSpace=wrap;html=1;" value="GameState gameState" vertex="1">
          <mxGeometry height="26" width="160" y="156" as="geometry" />
        </mxCell>
        <mxCell id="_GAyE9PM4FowC43ExX1R-80" parent="1" style="swimlane;fontStyle=0;childLayout=stackLayout;horizontal=1;startSize=26;fillColor=none;horizontalStack=0;resizeParent=1;resizeParentMax=0;resizeLast=0;collapsible=1;marginBottom=0;whiteSpace=wrap;html=1;" value="GameState(Enum)" vertex="1">
          <mxGeometry height="104" width="140" x="380" y="346" as="geometry" />
        </mxCell>
        <mxCell id="_GAyE9PM4FowC43ExX1R-81" parent="_GAyE9PM4FowC43ExX1R-80" style="text;strokeColor=none;fillColor=none;align=left;verticalAlign=top;spacingLeft=4;spacingRight=4;overflow=hidden;rotatable=0;points=[[0,0.5],[1,0.5]];portConstraint=eastwest;whiteSpace=wrap;html=1;" value="SCHEDULED" vertex="1">
          <mxGeometry height="26" width="140" y="26" as="geometry" />
        </mxCell>
        <mxCell id="_GAyE9PM4FowC43ExX1R-84" parent="_GAyE9PM4FowC43ExX1R-80" style="text;strokeColor=none;fillColor=none;align=left;verticalAlign=top;spacingLeft=4;spacingRight=4;overflow=hidden;rotatable=0;points=[[0,0.5],[1,0.5]];portConstraint=eastwest;whiteSpace=wrap;html=1;" value="LIVE" vertex="1">
          <mxGeometry height="26" width="140" y="52" as="geometry" />
        </mxCell>
        <mxCell id="_GAyE9PM4FowC43ExX1R-86" parent="_GAyE9PM4FowC43ExX1R-80" style="text;strokeColor=none;fillColor=none;align=left;verticalAlign=top;spacingLeft=4;spacingRight=4;overflow=hidden;rotatable=0;points=[[0,0.5],[1,0.5]];portConstraint=eastwest;whiteSpace=wrap;html=1;" value="FINISHED" vertex="1">
          <mxGeometry height="26" width="140" y="78" as="geometry" />
        </mxCell>
        <mxCell id="_GAyE9PM4FowC43ExX1R-87" parent="1" style="swimlane;fontStyle=0;childLayout=stackLayout;horizontal=1;startSize=26;fillColor=none;horizontalStack=0;resizeParent=1;resizeParentMax=0;resizeLast=0;collapsible=1;marginBottom=0;whiteSpace=wrap;html=1;" value="CompetitionSettings" vertex="1">
-           <mxGeometry height="130" width="190" x="-85" y="40" as="geometry" />
+           <mxGeometry height="156" width="190" x="-85" y="40" as="geometry" />
        </mxCell>
        <mxCell id="_GAyE9PM4FowC43ExX1R-88" parent="_GAyE9PM4FowC43ExX1R-87" style="text;strokeColor=none;fillColor=none;align=left;verticalAlign=top;spacingLeft=4;spacingRight=4;overflow=hidden;rotatable=0;points=[[0,0.5],[1,0.5]];portConstraint=eastwest;whiteSpace=wrap;html=1;" value="UUID id" vertex="1">
          <mxGeometry height="26" width="190" y="26" as="geometry" />
        </mxCell>
        <mxCell id="_GAyE9PM4FowC43ExX1R-89" parent="_GAyE9PM4FowC43ExX1R-87" style="text;strokeColor=none;fillColor=none;align=left;verticalAlign=top;spacingLeft=4;spacingRight=4;overflow=hidden;rotatable=0;points=[[0,0.5],[1,0.5]];portConstraint=eastwest;whiteSpace=wrap;html=1;" value="boolean teamsLocked" vertex="1">
          <mxGeometry height="26" width="190" y="52" as="geometry" />
        </mxCell>
        <mxCell id="_GAyE9PM4FowC43ExX1R-90" parent="_GAyE9PM4FowC43ExX1R-87" style="text;strokeColor=none;fillColor=none;align=left;verticalAlign=top;spacingLeft=4;spacingRight=4;overflow=hidden;rotatable=0;points=[[0,0.5],[1,0.5]];portConstraint=eastwest;whiteSpace=wrap;html=1;" value="boolean substitutionsAllowed" vertex="1">
          <mxGeometry height="26" width="190" y="78" as="geometry" />
        </mxCell>
        <mxCell id="_GAyE9PM4FowC43ExX1R-91" parent="_GAyE9PM4FowC43ExX1R-87" style="text;strokeColor=none;fillColor=none;align=left;verticalAlign=top;spacingLeft=4;spacingRight=4;overflow=hidden;rotatable=0;points=[[0,0.5],[1,0.5]];portConstraint=eastwest;whiteSpace=wrap;html=1;" value="boolean teamsVisible" vertex="1">
          <mxGeometry height="26" width="190" y="104" as="geometry" />
+         </mxCell>
+         <mxCell id="brKXQd8NhDdX_FXaj0nh-3" parent="_GAyE9PM4FowC43ExX1R-87" style="text;strokeColor=none;fillColor=none;align=left;verticalAlign=top;spacingLeft=4;spacingRight=4;overflow=hidden;rotatable=0;points=[[0,0.5],[1,0.5]];portConstraint=eastwest;whiteSpace=wrap;html=1;" value="boolean registrationOpen" vertex="1">
+           <mxGeometry height="26" width="190" y="130" as="geometry" />
        </mxCell>
      </root>
    </mxGraphModel>
  </diagram>
</mxfile>
